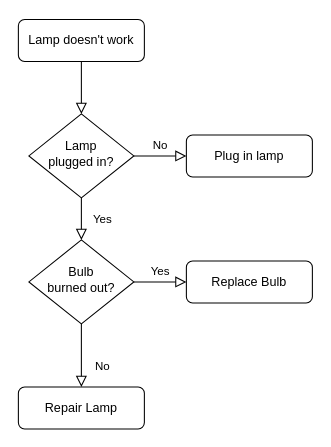
Above: polkadot-claims.drawio in kami1983/umls (draw.io), before the change. Source tidied: cells renumbered, new cells numbered last; positions are measured from the earlier drawing's top-left corner, leaving out a move shared by most shapes. Both pictures are drawn from the tidied source at 105%, with x=0, y=0 at pixel (18, 19).
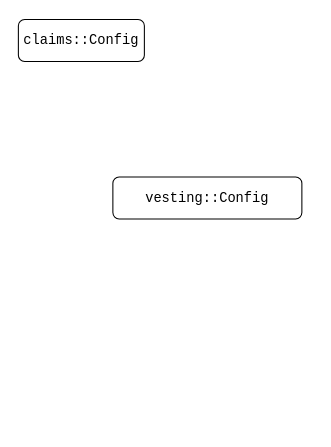
The same diagram, later.

Diff of the diagram source:
```diff
@@
 <mxGraphModel>
   <root>
     <mxCell id="0" />
     <mxCell id="1" parent="0" />
-    <mxCell id="2" style="rounded=0;html=1;jettySize=auto;fontSize=11;endArrow=block;endFill=0;endSize=8;strokeWidth=1;shadow=0;labelBackgroundColor=none;edgeStyle=orthogonalEdgeStyle;" parent="1" edge="1" source="3" target="6">
-      <mxGeometry relative="1" as="geometry" />
-    </mxCell>
-    <mxCell id="3" value="Lamp doesn't work" style="rounded=1;whiteSpace=wrap;html=1;fontSize=12;glass=0;strokeWidth=1;shadow=0;" parent="1" vertex="1">
+    <mxCell id="3" value="&lt;pre style=&quot;background-color: rgb(255 , 255 , 255) ; font-family: &amp;#34;jetbrains mono&amp;#34; , monospace ; font-size: 9.8pt&quot;&gt;claims::Config&lt;/pre&gt;" style="rounded=1;whiteSpace=wrap;html=1;fontSize=12;glass=0;strokeWidth=1;shadow=0;" parent="1" vertex="1">
       <mxGeometry width="120" height="40" as="geometry" />
     </mxCell>
-    <mxCell id="4" value="Yes" style="rounded=0;html=1;jettySize=auto;fontSize=11;endArrow=block;endFill=0;endSize=8;strokeWidth=1;shadow=0;labelBackgroundColor=none;edgeStyle=orthogonalEdgeStyle;" parent="1" edge="1" source="6" target="10">
-      <mxGeometry y="20" relative="1" as="geometry" />
-    </mxCell>
-    <mxCell id="5" value="No" style="edgeStyle=orthogonalEdgeStyle;rounded=0;html=1;jettySize=auto;fontSize=11;endArrow=block;endFill=0;endSize=8;strokeWidth=1;shadow=0;labelBackgroundColor=none;" parent="1" edge="1" source="6" target="7">
-      <mxGeometry y="10" relative="1" as="geometry" />
-    </mxCell>
-    <mxCell id="6" value="Lamp&lt;br&gt;plugged in?" style="rhombus;whiteSpace=wrap;html=1;shadow=0;fontFamily=Helvetica;fontSize=12;align=center;strokeWidth=1;spacing=6;spacingTop=-4;" parent="1" vertex="1">
-      <mxGeometry x="10" y="90" width="100" height="80" as="geometry" />
-    </mxCell>
-    <mxCell id="7" value="Plug in lamp" style="rounded=1;whiteSpace=wrap;html=1;fontSize=12;glass=0;strokeWidth=1;shadow=0;" parent="1" vertex="1">
-      <mxGeometry x="160" y="110" width="120" height="40" as="geometry" />
-    </mxCell>
-    <mxCell id="8" value="No" style="rounded=0;html=1;jettySize=auto;fontSize=11;endArrow=block;endFill=0;endSize=8;strokeWidth=1;shadow=0;labelBackgroundColor=none;edgeStyle=orthogonalEdgeStyle;" parent="1" edge="1" source="10" target="11">
-      <mxGeometry x="0.33" y="20" relative="1" as="geometry" />
-    </mxCell>
-    <mxCell id="9" value="Yes" style="edgeStyle=orthogonalEdgeStyle;rounded=0;html=1;jettySize=auto;fontSize=11;endArrow=block;endFill=0;endSize=8;strokeWidth=1;shadow=0;labelBackgroundColor=none;" parent="1" edge="1" source="10" target="12">
-      <mxGeometry y="10" relative="1" as="geometry" />
-    </mxCell>
-    <mxCell id="10" value="Bulb&lt;br&gt;burned out?" style="rhombus;whiteSpace=wrap;html=1;shadow=0;fontFamily=Helvetica;fontSize=12;align=center;strokeWidth=1;spacing=6;spacingTop=-4;" parent="1" vertex="1">
-      <mxGeometry x="10" y="210" width="100" height="80" as="geometry" />
-    </mxCell>
-    <mxCell id="11" value="Repair Lamp" style="rounded=1;whiteSpace=wrap;html=1;fontSize=12;glass=0;strokeWidth=1;shadow=0;" parent="1" vertex="1">
-      <mxGeometry y="350" width="120" height="40" as="geometry" />
-    </mxCell>
-    <mxCell id="12" value="Replace Bulb" style="rounded=1;whiteSpace=wrap;html=1;fontSize=12;glass=0;strokeWidth=1;shadow=0;" parent="1" vertex="1">
-      <mxGeometry x="160" y="230" width="120" height="40" as="geometry" />
-    </mxCell>
+    <mxCell id="13" value="&lt;pre style=&quot;background-color: rgb(255 , 255 , 255) ; font-family: &amp;#34;jetbrains mono&amp;#34; , monospace ; font-size: 9.8pt&quot;&gt;vesting::Config&lt;/pre&gt;" style="rounded=1;whiteSpace=wrap;html=1;fontSize=12;glass=0;strokeWidth=1;shadow=0;" parent="1" vertex="1">
+      <mxGeometry x="90" y="150" width="180" height="40" as="geometry" />
+    </mxCell>
   </root>
 </mxGraphModel>
```
